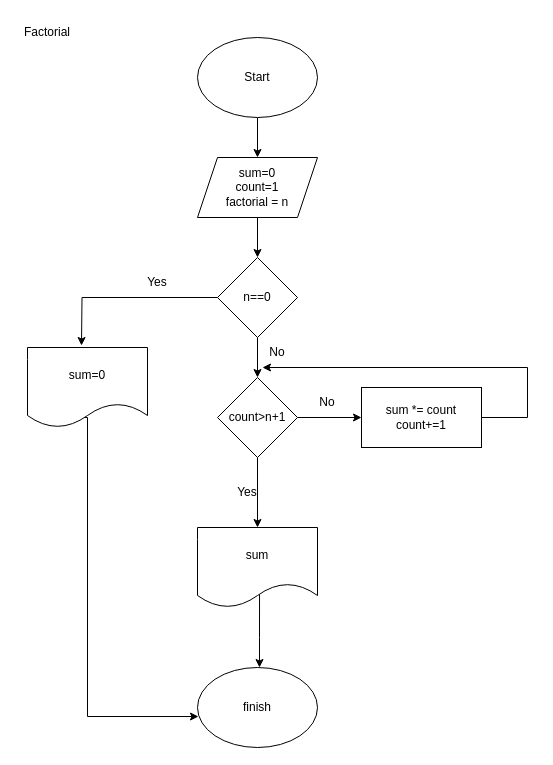
Before: page "Exe6:factorial(n)" (6 of 7) of Диаграмма без названия.drawio in Dioneer/Flowcharts, a draw.io diagram. Source tidied: cells renumbered, new cells numbered last; positions are measured from the earlier drawing's top-left corner, leaving out a move shared by most shapes. Both pictures are drawn from the tidied source at 100%, with x=0, y=0 at pixel (17, 17).
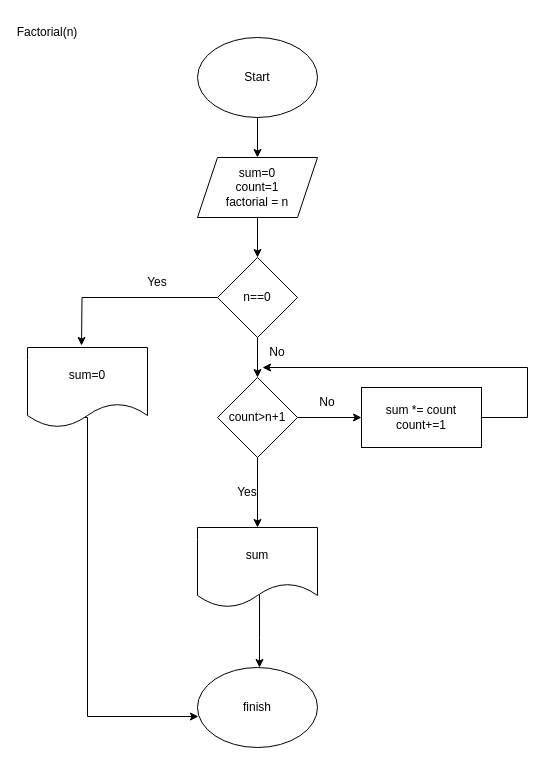
The same page after the edit.

What changed in the source:
```diff
@@
-    <mxCell id="23" value="Factorial" style="text;html=1;strokeColor=none;fillColor=none;align=center;verticalAlign=middle;whiteSpace=wrap;rounded=0;" parent="1" vertex="1">
+    <mxCell id="23" value="Factorial(n)" style="text;html=1;strokeColor=none;fillColor=none;align=center;verticalAlign=middle;whiteSpace=wrap;rounded=0;" parent="1" vertex="1">
       <mxGeometry width="60" height="30" as="geometry" />
     </mxCell>
```
